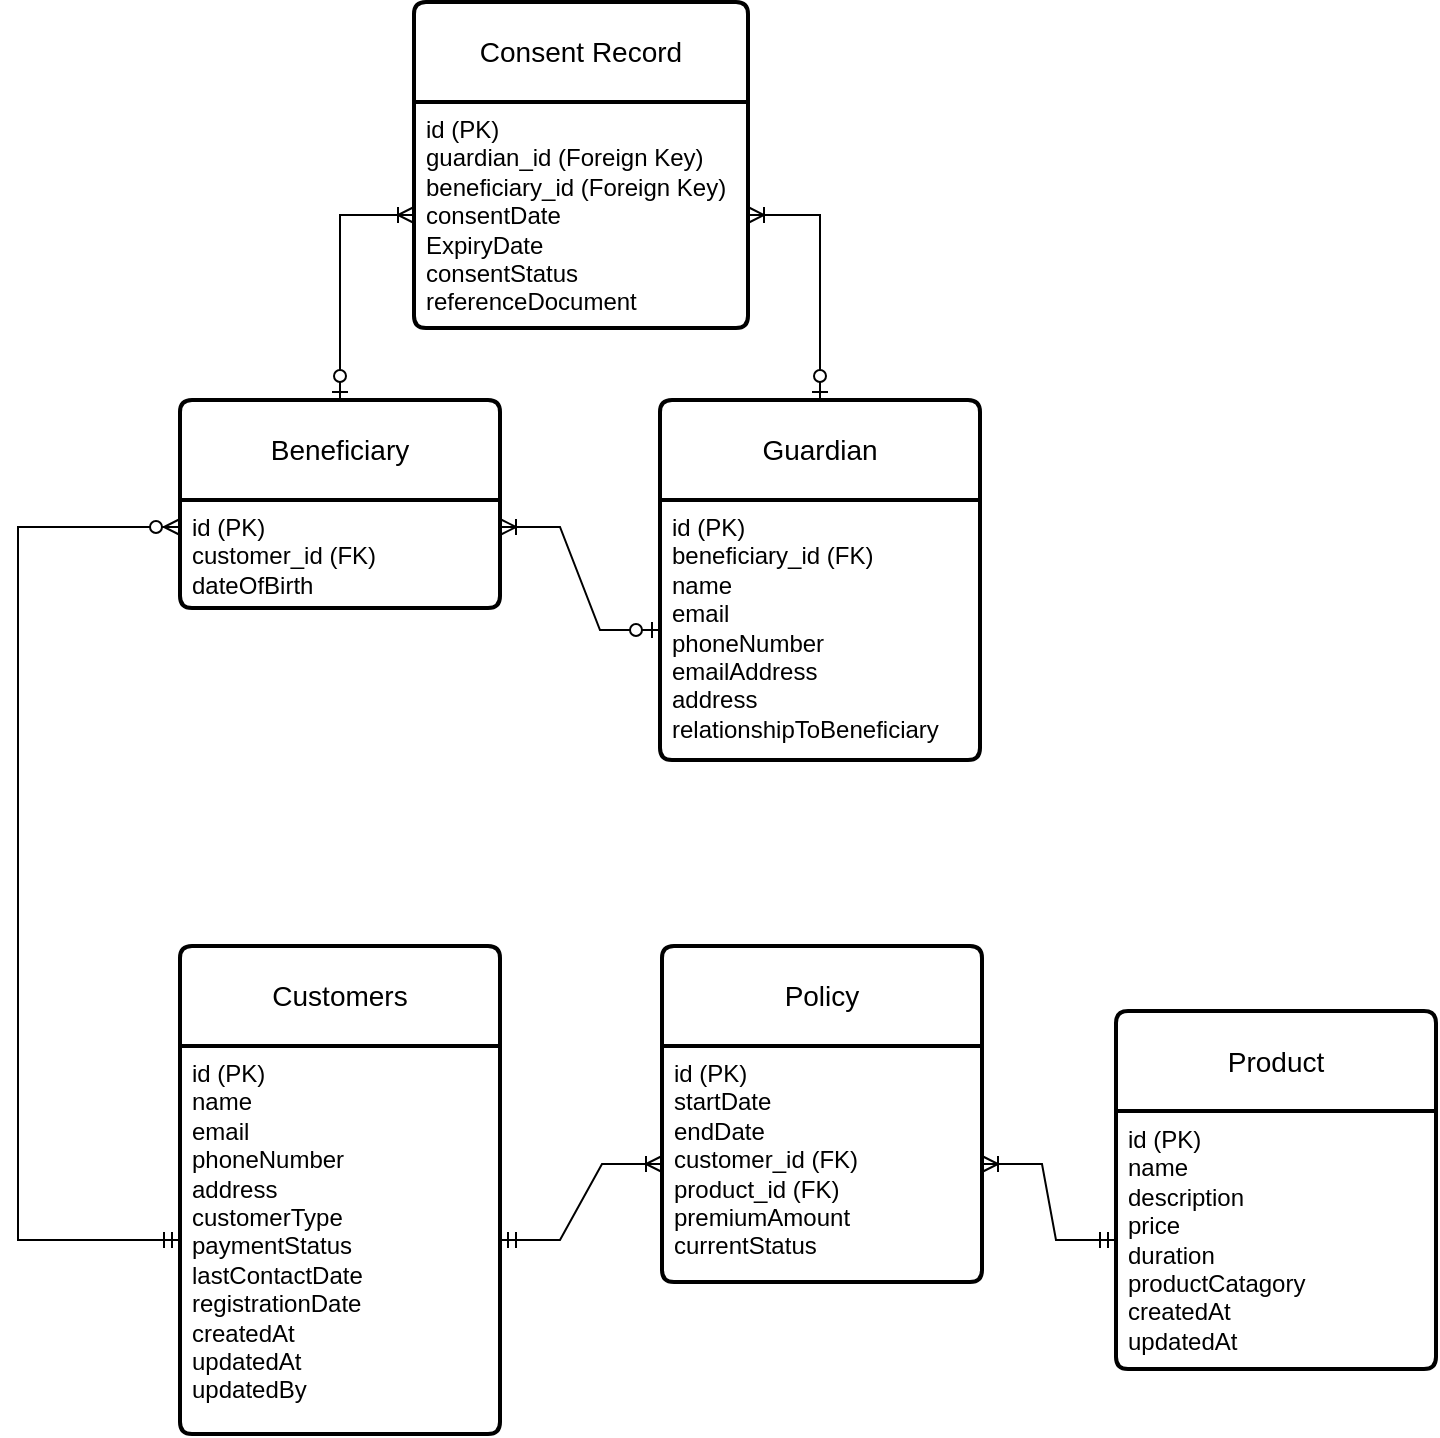
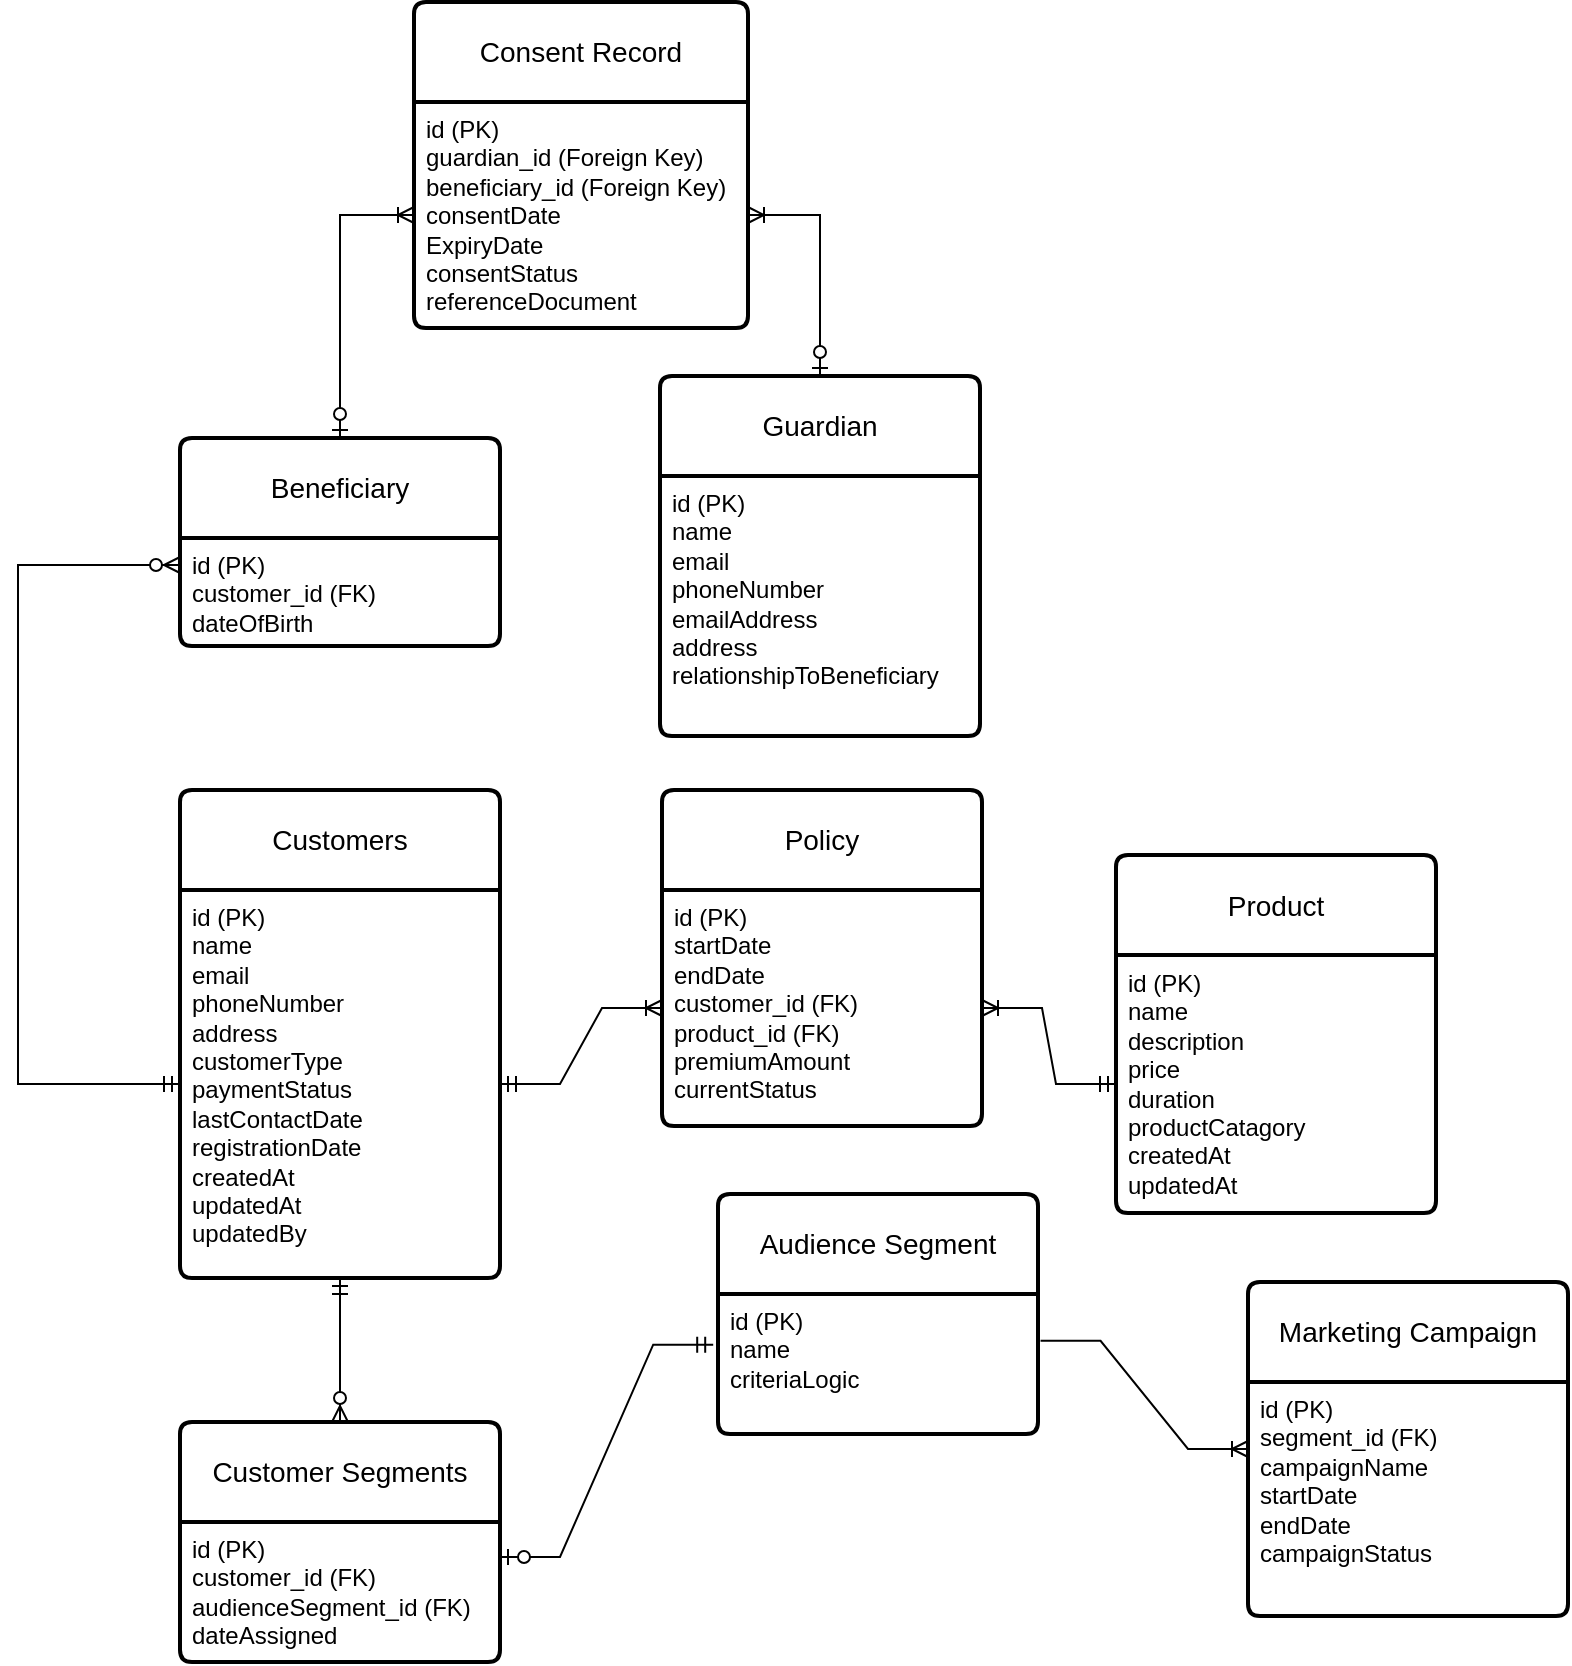
<mxfile host="app.diagrams.net" agent="5.0 (Macintosh; Intel Mac OS X 10_14_6) AppleWebKit/537.36 (KHTML, like Gecko) Chrome/83.0.4103.116 Safari/537.36">
  <diagram id="R2lEEEUBdFMjLlhIrx00" name="Page-1">
-     <mxGraphModel dx="699" dy="921" grid="0" gridSize="10" guides="1" tooltips="1" connect="1" arrows="1" fold="1" page="0" pageScale="1" pageWidth="850" pageHeight="1100" math="0" shadow="0" extFonts="Permanent Marker^https://fonts.googleapis.com/css?family=Permanent+Marker">
+     <mxGraphModel dx="1320" dy="1383" grid="0" gridSize="10" guides="1" tooltips="1" connect="1" arrows="1" fold="1" page="0" pageScale="1" pageWidth="850" pageHeight="1100" math="0" shadow="0" extFonts="Permanent Marker^https://fonts.googleapis.com/css?family=Permanent+Marker">
      <root>
        <mxCell id="0" />
        <mxCell id="1" parent="0" />
        <mxCell id="dAdBnxP72XUMtryMGmO9-1" parent="1" style="swimlane;childLayout=stackLayout;horizontal=1;startSize=50;horizontalStack=0;rounded=1;fontSize=14;fontStyle=0;strokeWidth=2;resizeParent=0;resizeLast=1;shadow=0;dashed=0;align=center;arcSize=4;whiteSpace=wrap;html=1;" value="Customers" vertex="1">
          <mxGeometry height="244" width="160" x="150" y="118" as="geometry" />
        </mxCell>
        <mxCell id="dAdBnxP72XUMtryMGmO9-2" parent="dAdBnxP72XUMtryMGmO9-1" style="align=left;strokeColor=none;fillColor=none;spacingLeft=4;spacingRight=4;fontSize=12;verticalAlign=top;resizable=0;rotatable=0;part=1;html=1;whiteSpace=wrap;" value="id (PK)&lt;div&gt;name&lt;/div&gt;&lt;div&gt;email&lt;/div&gt;&lt;div&gt;phoneNumber&lt;/div&gt;&lt;div&gt;address&lt;/div&gt;&lt;div&gt;customerType&lt;/div&gt;&lt;div&gt;paymentStatus&lt;/div&gt;&lt;div&gt;lastContactDate&lt;/div&gt;&lt;div&gt;registrationDate&lt;/div&gt;&lt;div&gt;createdAt&lt;/div&gt;&lt;div&gt;updatedAt&lt;/div&gt;&lt;div&gt;updatedBy&lt;/div&gt;" vertex="1">
          <mxGeometry height="194" width="160" y="50" as="geometry" />
        </mxCell>
        <mxCell id="dAdBnxP72XUMtryMGmO9-4" parent="1" style="swimlane;childLayout=stackLayout;horizontal=1;startSize=50;horizontalStack=0;rounded=1;fontSize=14;fontStyle=0;strokeWidth=2;resizeParent=0;resizeLast=1;shadow=0;dashed=0;align=center;arcSize=4;whiteSpace=wrap;html=1;" value="Product" vertex="1">
          <mxGeometry height="179" width="160" x="618" y="150.5" as="geometry" />
        </mxCell>
        <mxCell id="dAdBnxP72XUMtryMGmO9-5" parent="dAdBnxP72XUMtryMGmO9-4" style="align=left;strokeColor=none;fillColor=none;spacingLeft=4;spacingRight=4;fontSize=12;verticalAlign=top;resizable=0;rotatable=0;part=1;html=1;whiteSpace=wrap;" value="id (PK)&lt;div&gt;name&lt;/div&gt;&lt;div&gt;description&lt;br&gt;&lt;div&gt;price&lt;/div&gt;&lt;div&gt;duration&lt;/div&gt;&lt;div&gt;productCatagory&lt;/div&gt;&lt;div&gt;createdAt&lt;/div&gt;&lt;/div&gt;&lt;div&gt;updatedAt&lt;/div&gt;" vertex="1">
          <mxGeometry height="129" width="160" y="50" as="geometry" />
        </mxCell>
        <mxCell id="dAdBnxP72XUMtryMGmO9-12" parent="1" style="swimlane;childLayout=stackLayout;horizontal=1;startSize=50;horizontalStack=0;rounded=1;fontSize=14;fontStyle=0;strokeWidth=2;resizeParent=0;resizeLast=1;shadow=0;dashed=0;align=center;arcSize=4;whiteSpace=wrap;html=1;" value="Policy" vertex="1">
          <mxGeometry height="168" width="160" x="391" y="118" as="geometry" />
        </mxCell>
        <mxCell id="dAdBnxP72XUMtryMGmO9-13" parent="dAdBnxP72XUMtryMGmO9-12" style="align=left;strokeColor=none;fillColor=none;spacingLeft=4;spacingRight=4;fontSize=12;verticalAlign=top;resizable=0;rotatable=0;part=1;html=1;whiteSpace=wrap;" value="id (PK)&lt;div&gt;startDate&lt;/div&gt;&lt;div&gt;endDate&lt;/div&gt;&lt;div&gt;customer_id (FK)&lt;/div&gt;&lt;div&gt;product_id (FK)&lt;/div&gt;&lt;div&gt;premiumAmount&lt;/div&gt;&lt;div&gt;currentStatus&lt;/div&gt;" vertex="1">
          <mxGeometry height="118" width="160" y="50" as="geometry" />
        </mxCell>
        <mxCell id="dAdBnxP72XUMtryMGmO9-16" parent="1" style="swimlane;childLayout=stackLayout;horizontal=1;startSize=50;horizontalStack=0;rounded=1;fontSize=14;fontStyle=0;strokeWidth=2;resizeParent=0;resizeLast=1;shadow=0;dashed=0;align=center;arcSize=4;whiteSpace=wrap;html=1;" value="Beneficiary" vertex="1">
-           <mxGeometry height="104" width="160" x="150" y="-155" as="geometry" />
+           <mxGeometry height="104" width="160" x="150" y="-58" as="geometry" />
        </mxCell>
        <mxCell id="dAdBnxP72XUMtryMGmO9-17" parent="dAdBnxP72XUMtryMGmO9-16" style="align=left;strokeColor=none;fillColor=none;spacingLeft=4;spacingRight=4;fontSize=12;verticalAlign=top;resizable=0;rotatable=0;part=1;html=1;whiteSpace=wrap;" value="id (PK)&lt;div&gt;customer_id (FK)&lt;br&gt;&lt;div&gt;dateOfBirth&lt;/div&gt;&lt;/div&gt;" vertex="1">
          <mxGeometry height="54" width="160" y="50" as="geometry" />
        </mxCell>
        <mxCell id="dAdBnxP72XUMtryMGmO9-18" parent="1" style="swimlane;childLayout=stackLayout;horizontal=1;startSize=50;horizontalStack=0;rounded=1;fontSize=14;fontStyle=0;strokeWidth=2;resizeParent=0;resizeLast=1;shadow=0;dashed=0;align=center;arcSize=4;whiteSpace=wrap;html=1;" value="Guardian" vertex="1">
-           <mxGeometry height="180" width="160" x="390" y="-155" as="geometry" />
+           <mxGeometry height="180" width="160" x="390" y="-89" as="geometry" />
        </mxCell>
-         <mxCell id="dAdBnxP72XUMtryMGmO9-19" parent="dAdBnxP72XUMtryMGmO9-18" style="align=left;strokeColor=none;fillColor=none;spacingLeft=4;spacingRight=4;fontSize=12;verticalAlign=top;resizable=0;rotatable=0;part=1;html=1;whiteSpace=wrap;" value="id (PK)&lt;div&gt;beneficiary_id (FK)&lt;br&gt;&lt;div&gt;name&lt;/div&gt;&lt;div&gt;email&lt;/div&gt;&lt;div&gt;phoneNumber&lt;/div&gt;&lt;div&gt;emailAddress&lt;/div&gt;&lt;div&gt;address&lt;/div&gt;&lt;div&gt;relationshipToBeneficiary&lt;/div&gt;&lt;/div&gt;" vertex="1">
+         <mxCell id="dAdBnxP72XUMtryMGmO9-19" parent="dAdBnxP72XUMtryMGmO9-18" style="align=left;strokeColor=none;fillColor=none;spacingLeft=4;spacingRight=4;fontSize=12;verticalAlign=top;resizable=0;rotatable=0;part=1;html=1;whiteSpace=wrap;" value="id (PK)&lt;div&gt;&lt;div&gt;name&lt;/div&gt;&lt;div&gt;email&lt;/div&gt;&lt;div&gt;phoneNumber&lt;/div&gt;&lt;div&gt;emailAddress&lt;/div&gt;&lt;div&gt;address&lt;/div&gt;&lt;div&gt;relationshipToBeneficiary&lt;/div&gt;&lt;/div&gt;" vertex="1">
          <mxGeometry height="130" width="160" y="50" as="geometry" />
-         </mxCell>
-         <mxCell id="dAdBnxP72XUMtryMGmO9-26" edge="1" parent="1" source="dAdBnxP72XUMtryMGmO9-19" style="edgeStyle=entityRelationEdgeStyle;fontSize=12;html=1;endArrow=ERoneToMany;startArrow=ERzeroToOne;rounded=0;exitX=0;exitY=0.5;exitDx=0;exitDy=0;entryX=1;entryY=0.25;entryDx=0;entryDy=0;" target="dAdBnxP72XUMtryMGmO9-17" value="">
-           <mxGeometry height="100" relative="1" width="100" as="geometry">
-             <mxPoint x="-57" y="254" as="sourcePoint" />
-             <mxPoint x="43" y="154" as="targetPoint" />
-           </mxGeometry>
        </mxCell>
        <mxCell id="dAdBnxP72XUMtryMGmO9-29" edge="1" parent="1" source="dAdBnxP72XUMtryMGmO9-2" style="fontSize=12;html=1;endArrow=ERzeroToMany;startArrow=ERmandOne;rounded=0;exitX=0;exitY=0.5;exitDx=0;exitDy=0;entryX=0;entryY=0.25;entryDx=0;entryDy=0;edgeStyle=elbowEdgeStyle;elbow=vertical;" target="dAdBnxP72XUMtryMGmO9-17" value="">
          <mxGeometry height="100" relative="1" width="100" as="geometry">
            <Array as="points">
              <mxPoint x="69" y="87" />
            </Array>
            <mxPoint x="117" y="285.97" as="sourcePoint" />
            <mxPoint x="116.36000000000001" y="-80.89800000000005" as="targetPoint" />
          </mxGeometry>
        </mxCell>
        <mxCell id="dAdBnxP72XUMtryMGmO9-30" parent="1" style="swimlane;childLayout=stackLayout;horizontal=1;startSize=50;horizontalStack=0;rounded=1;fontSize=14;fontStyle=0;strokeWidth=2;resizeParent=0;resizeLast=1;shadow=0;dashed=0;align=center;arcSize=4;whiteSpace=wrap;html=1;" value="Consent Record" vertex="1">
-           <mxGeometry height="163" width="167" x="267" y="-354" as="geometry" />
+           <mxGeometry height="163" width="167" x="267" y="-276" as="geometry" />
        </mxCell>
        <mxCell id="dAdBnxP72XUMtryMGmO9-31" parent="dAdBnxP72XUMtryMGmO9-30" style="align=left;strokeColor=none;fillColor=none;spacingLeft=4;spacingRight=4;fontSize=12;verticalAlign=top;resizable=0;rotatable=0;part=1;html=1;whiteSpace=wrap;" value="&lt;div&gt;id (PK)&lt;/div&gt;&lt;div&gt;guardian_id (Foreign Key)&lt;/div&gt;&lt;div&gt;beneficiary_id (Foreign Key)&lt;/div&gt;&lt;div&gt;consentDate&lt;/div&gt;&lt;div&gt;ExpiryDate&lt;/div&gt;&lt;div&gt;consentStatus&lt;/div&gt;&lt;div&gt;referenceDocument&lt;/div&gt;" vertex="1">
          <mxGeometry height="113" width="167" y="50" as="geometry" />
        </mxCell>
        <mxCell id="dAdBnxP72XUMtryMGmO9-35" edge="1" parent="1" source="dAdBnxP72XUMtryMGmO9-18" style="fontSize=12;html=1;endArrow=ERoneToMany;startArrow=ERzeroToOne;rounded=0;exitX=0.5;exitY=0;exitDx=0;exitDy=0;edgeStyle=orthogonalEdgeStyle;entryX=1;entryY=0.5;entryDx=0;entryDy=0;" target="dAdBnxP72XUMtryMGmO9-31" value="">
          <mxGeometry height="100" relative="1" width="100" as="geometry">
-             <mxPoint x="519.83" y="-237.7" as="sourcePoint" />
-             <mxPoint x="476" y="-277" as="targetPoint" />
+             <mxPoint x="519.83" y="-173.7" as="sourcePoint" />
+             <mxPoint x="476" y="-213" as="targetPoint" />
          </mxGeometry>
        </mxCell>
        <mxCell id="dAdBnxP72XUMtryMGmO9-37" edge="1" parent="1" source="dAdBnxP72XUMtryMGmO9-16" style="edgeStyle=orthogonalEdgeStyle;fontSize=12;html=1;endArrow=ERoneToMany;startArrow=ERzeroToOne;rounded=0;exitX=0.5;exitY=0;exitDx=0;exitDy=0;entryX=0;entryY=0.5;entryDx=0;entryDy=0;" target="dAdBnxP72XUMtryMGmO9-31" value="">
          <mxGeometry height="100" relative="1" width="100" as="geometry">
-             <mxPoint x="106" y="-198" as="sourcePoint" />
-             <mxPoint x="206" y="-298" as="targetPoint" />
+             <mxPoint x="106" y="-134" as="sourcePoint" />
+             <mxPoint x="206" y="-234" as="targetPoint" />
          </mxGeometry>
        </mxCell>
        <mxCell id="dAdBnxP72XUMtryMGmO9-40" edge="1" parent="1" source="dAdBnxP72XUMtryMGmO9-2" style="edgeStyle=entityRelationEdgeStyle;fontSize=12;html=1;endArrow=ERoneToMany;startArrow=ERmandOne;rounded=0;entryX=0;entryY=0.5;entryDx=0;entryDy=0;exitX=1;exitY=0.5;exitDx=0;exitDy=0;" target="dAdBnxP72XUMtryMGmO9-13" value="">
          <mxGeometry height="100" relative="1" width="100" as="geometry">
            <mxPoint x="345" y="440" as="sourcePoint" />
            <mxPoint x="445" y="340" as="targetPoint" />
          </mxGeometry>
        </mxCell>
        <mxCell id="dAdBnxP72XUMtryMGmO9-41" edge="1" parent="1" source="dAdBnxP72XUMtryMGmO9-5" style="edgeStyle=entityRelationEdgeStyle;fontSize=12;html=1;endArrow=ERoneToMany;startArrow=ERmandOne;rounded=0;entryX=1;entryY=0.5;entryDx=0;entryDy=0;exitX=0;exitY=0.5;exitDx=0;exitDy=0;" target="dAdBnxP72XUMtryMGmO9-13" value="">
          <mxGeometry height="100" relative="1" width="100" as="geometry">
            <mxPoint x="501" y="362" as="sourcePoint" />
            <mxPoint x="601" y="262" as="targetPoint" />
          </mxGeometry>
        </mxCell>
+         <mxCell id="dAdBnxP72XUMtryMGmO9-43" parent="1" style="swimlane;childLayout=stackLayout;horizontal=1;startSize=50;horizontalStack=0;rounded=1;fontSize=14;fontStyle=0;strokeWidth=2;resizeParent=0;resizeLast=1;shadow=0;dashed=0;align=center;arcSize=4;whiteSpace=wrap;html=1;" value="Audience Segment" vertex="1">
+           <mxGeometry height="120" width="160" x="419" y="320" as="geometry" />
+         </mxCell>
+         <mxCell id="dAdBnxP72XUMtryMGmO9-44" parent="dAdBnxP72XUMtryMGmO9-43" style="align=left;strokeColor=none;fillColor=none;spacingLeft=4;spacingRight=4;fontSize=12;verticalAlign=top;resizable=0;rotatable=0;part=1;html=1;whiteSpace=wrap;" value="id (PK)&lt;div&gt;name&lt;/div&gt;&lt;div&gt;criteriaLogic&lt;/div&gt;" vertex="1">
+           <mxGeometry height="70" width="160" y="50" as="geometry" />
+         </mxCell>
+         <mxCell id="dAdBnxP72XUMtryMGmO9-45" parent="1" style="swimlane;childLayout=stackLayout;horizontal=1;startSize=50;horizontalStack=0;rounded=1;fontSize=14;fontStyle=0;strokeWidth=2;resizeParent=0;resizeLast=1;shadow=0;dashed=0;align=center;arcSize=4;whiteSpace=wrap;html=1;" value="Customer Segments" vertex="1">
+           <mxGeometry height="120" width="160" x="150" y="434" as="geometry" />
+         </mxCell>
+         <mxCell id="dAdBnxP72XUMtryMGmO9-46" parent="dAdBnxP72XUMtryMGmO9-45" style="align=left;strokeColor=none;fillColor=none;spacingLeft=4;spacingRight=4;fontSize=12;verticalAlign=top;resizable=0;rotatable=0;part=1;html=1;whiteSpace=wrap;" value="&lt;div&gt;id (PK)&lt;/div&gt;customer_id (FK)&lt;div&gt;audienceSegment_id (FK)&lt;/div&gt;&lt;div&gt;dateAssigned&lt;/div&gt;" vertex="1">
+           <mxGeometry height="70" width="160" y="50" as="geometry" />
+         </mxCell>
+         <mxCell id="dAdBnxP72XUMtryMGmO9-53" edge="1" parent="1" source="dAdBnxP72XUMtryMGmO9-2" style="fontSize=12;html=1;endArrow=ERzeroToMany;startArrow=ERmandOne;rounded=0;exitX=0.5;exitY=1;exitDx=0;exitDy=0;entryX=0.5;entryY=0;entryDx=0;entryDy=0;elbow=vertical;" target="dAdBnxP72XUMtryMGmO9-45" value="">
+           <mxGeometry height="100" relative="1" width="100" as="geometry">
+             <mxPoint x="376" y="486" as="sourcePoint" />
+             <mxPoint x="426" y="432" as="targetPoint" />
+           </mxGeometry>
+         </mxCell>
+         <mxCell id="dAdBnxP72XUMtryMGmO9-54" edge="1" parent="1" source="dAdBnxP72XUMtryMGmO9-44" style="edgeStyle=entityRelationEdgeStyle;fontSize=12;html=1;endArrow=ERzeroToOne;startArrow=ERmandOne;rounded=0;entryX=1;entryY=0.25;entryDx=0;entryDy=0;exitX=-0.015;exitY=0.362;exitDx=0;exitDy=0;exitPerimeter=0;" target="dAdBnxP72XUMtryMGmO9-46" value="">
+           <mxGeometry height="100" relative="1" width="100" as="geometry">
+             <mxPoint x="112" y="633" as="sourcePoint" />
+             <mxPoint x="212" y="533" as="targetPoint" />
+           </mxGeometry>
+         </mxCell>
+         <mxCell id="dAdBnxP72XUMtryMGmO9-55" parent="1" style="swimlane;childLayout=stackLayout;horizontal=1;startSize=50;horizontalStack=0;rounded=1;fontSize=14;fontStyle=0;strokeWidth=2;resizeParent=0;resizeLast=1;shadow=0;dashed=0;align=center;arcSize=4;whiteSpace=wrap;html=1;" value="Marketing Campaign" vertex="1">
+           <mxGeometry height="167" width="160" x="684" y="364" as="geometry" />
+         </mxCell>
+         <mxCell id="dAdBnxP72XUMtryMGmO9-56" parent="dAdBnxP72XUMtryMGmO9-55" style="align=left;strokeColor=none;fillColor=none;spacingLeft=4;spacingRight=4;fontSize=12;verticalAlign=top;resizable=0;rotatable=0;part=1;html=1;whiteSpace=wrap;" value="id (PK)&lt;div&gt;segment_id (FK)&lt;div&gt;&lt;div&gt;campaignName&lt;/div&gt;&lt;div&gt;startDate&lt;/div&gt;&lt;div&gt;endDate&lt;/div&gt;&lt;div&gt;campaignStatus&lt;/div&gt;&lt;/div&gt;&lt;/div&gt;" vertex="1">
+           <mxGeometry height="117" width="160" y="50" as="geometry" />
+         </mxCell>
+         <mxCell id="dAdBnxP72XUMtryMGmO9-57" edge="1" parent="1" source="dAdBnxP72XUMtryMGmO9-44" style="fontSize=12;html=1;endArrow=ERoneToMany;rounded=0;entryX=0;entryY=0.5;entryDx=0;entryDy=0;exitX=1.008;exitY=0.334;exitDx=0;exitDy=0;exitPerimeter=0;edgeStyle=entityRelationEdgeStyle;" target="dAdBnxP72XUMtryMGmO9-55" value="">
+           <mxGeometry height="100" relative="1" width="100" as="geometry">
+             <mxPoint x="-191" y="522" as="sourcePoint" />
+             <mxPoint x="-91" y="422" as="targetPoint" />
+           </mxGeometry>
+         </mxCell>
      </root>
    </mxGraphModel>
  </diagram>
</mxfile>
